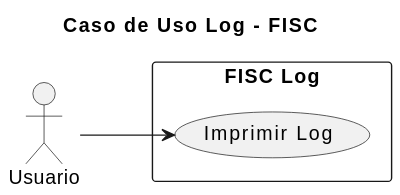
mmasias/23-24-IdSw1-SDR keeps this PlantUML diagram as imagenes/casosDeUso/CasoUsoLog.svg. Above is the earlier version.
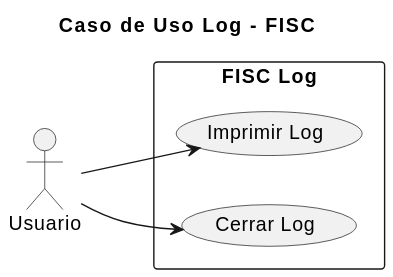
After the commit.

The edit, as a diff of the source:
```diff
@@ -7,7 +7,9 @@
 
 rectangle "FISC Log" {
     usecase "Imprimir Log" as imprimirLog
+    usecase "Cerrar Log" as cerrarLog
 }
 
 user --> imprimirLog : ""
+user --> cerrarLog : ""
 @enduml
```
